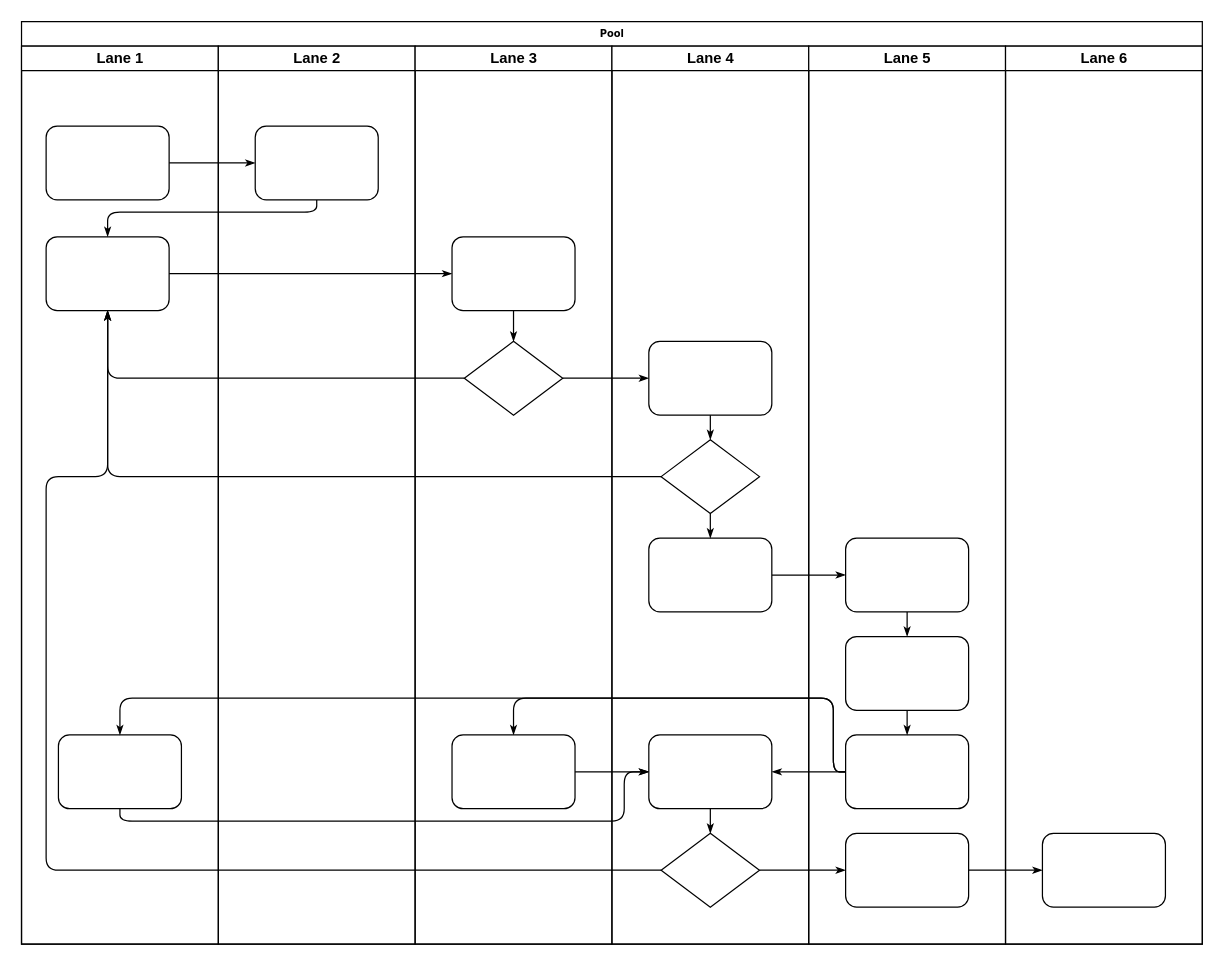
The draw.io diagram Untitled flowchart_matoa.drawio in ridhobc/nento-resolusi, before the edit. Source tidied: cells renumbered, new cells numbered last; positions are measured from the earlier drawing's top-left corner, leaving out a move shared by most shapes. Both pictures are drawn from the tidied source at 123%, with x=0, y=0 at pixel (21, 21).
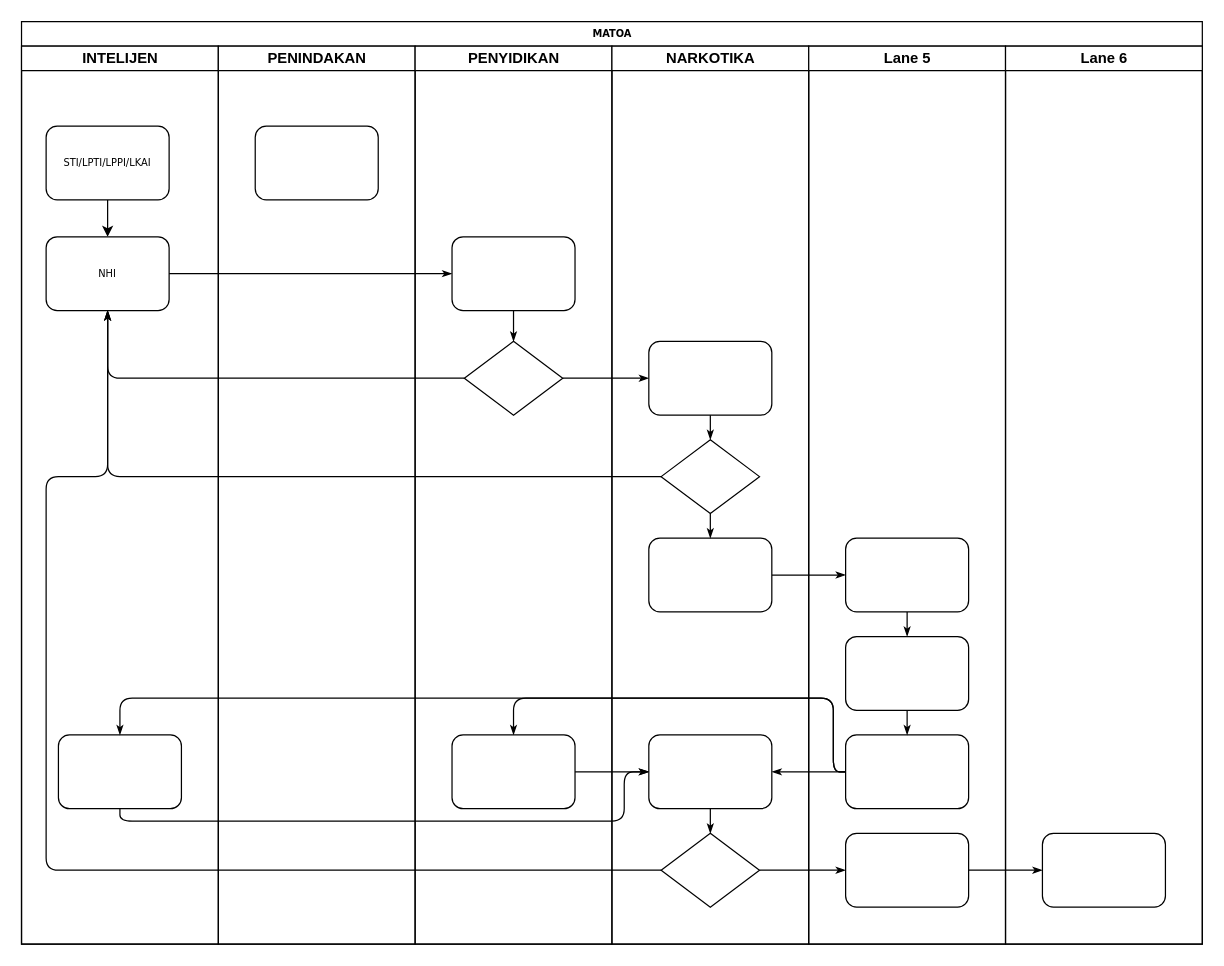
The same diagram, later.

Unchanged cells that the change refers to:
```xml
<mxCell id="23" style="rounded=1;whiteSpace=wrap;html=1;shadow=0;labelBackgroundColor=none;strokeWidth=1;fontFamily=Verdana;fontSize=8;align=center;" parent="22" vertex="1">
  <mxGeometry x="30" y="65" width="100" height="60" as="geometry" />
</mxCell>
```

The edit, as a diff of the source:
```diff
@@
-    <mxCell id="2" value="Pool" style="swimlane;html=1;startSize=20;rounded=0;shadow=0;labelBackgroundColor=none;strokeWidth=1;fontFamily=Verdana;fontSize=8;align=center;" parent="1" vertex="1">
+    <mxCell id="2" value="MATOA" style="swimlane;html=1;startSize=20;rounded=0;shadow=0;labelBackgroundColor=none;strokeWidth=1;fontFamily=Verdana;fontSize=8;align=center;" parent="1" vertex="1">
       <mxGeometry width="960" height="750" as="geometry" />
     </mxCell>
-    <mxCell id="3" value="Lane 1" style="swimlane;html=1;startSize=20;" parent="2" vertex="1">
+    <mxCell id="3" value="INTELIJEN" style="swimlane;html=1;startSize=20;" parent="2" vertex="1">
       <mxGeometry y="20" width="160" height="730" as="geometry" />
     </mxCell>
+    <mxCell id="47" style="edgeStyle=orthogonalEdgeStyle;rounded=0;jettySize=auto;html=1;exitX=0.5;exitY=1;exitDx=0;exitDy=0;entryX=0.5;entryY=0;entryDx=0;entryDy=0;" parent="3" edge="1" source="4" target="5">
+      <mxGeometry relative="1" as="geometry" />
+    </mxCell>
-    <mxCell id="4" style="rounded=1;whiteSpace=wrap;html=1;shadow=0;labelBackgroundColor=none;strokeWidth=1;fontFamily=Verdana;fontSize=8;align=center;" parent="3" vertex="1">
+    <mxCell id="4" value="STI/LPTI/LPPI/LKAI" style="rounded=1;whiteSpace=wrap;html=1;shadow=0;labelBackgroundColor=none;strokeWidth=1;fontFamily=Verdana;fontSize=8;align=center;" parent="3" vertex="1">
       <mxGeometry x="20" y="65" width="100" height="60" as="geometry" />
     </mxCell>
-    <mxCell id="5" style="rounded=1;whiteSpace=wrap;html=1;shadow=0;labelBackgroundColor=none;strokeWidth=1;fontFamily=Verdana;fontSize=8;align=center;" parent="3" vertex="1">
+    <mxCell id="5" value="NHI" style="rounded=1;whiteSpace=wrap;html=1;shadow=0;labelBackgroundColor=none;strokeWidth=1;fontFamily=Verdana;fontSize=8;align=center;" parent="3" vertex="1">
       <mxGeometry x="20" y="155" width="100" height="60" as="geometry" />
     </mxCell>
@@
-    <mxCell id="7" style="edgeStyle=orthogonalEdgeStyle;rounded=1;html=1;labelBackgroundColor=none;startArrow=none;startFill=0;startSize=5;endArrow=classicThin;endFill=1;endSize=5;jettySize=auto;strokeWidth=1;fontFamily=Verdana;fontSize=8;" parent="2" edge="1" source="4" target="23">
-      <mxGeometry relative="1" as="geometry" />
-    </mxCell>
-    <mxCell id="8" style="edgeStyle=orthogonalEdgeStyle;rounded=1;html=1;labelBackgroundColor=none;startArrow=none;startFill=0;startSize=5;endArrow=classicThin;endFill=1;endSize=5;jettySize=auto;strokeWidth=1;fontFamily=Verdana;fontSize=8;" parent="2" edge="1" source="23" target="5">
-      <mxGeometry relative="1" as="geometry">
-        <Array as="points">
-          <mxPoint x="240" y="155" />
-          <mxPoint x="70" y="155" />
-        </Array>
-      </mxGeometry>
-    </mxCell>
@@
-    <mxCell id="22" value="Lane 2" style="swimlane;html=1;startSize=20;" parent="2" vertex="1">
+    <mxCell id="22" value="PENINDAKAN" style="swimlane;html=1;startSize=20;" parent="2" vertex="1">
       <mxGeometry x="160" y="20" width="160" height="730" as="geometry" />
     </mxCell>
@@
-    <mxCell id="24" value="Lane 3" style="swimlane;html=1;startSize=20;" parent="2" vertex="1">
+    <mxCell id="24" value="PENYIDIKAN" style="swimlane;html=1;startSize=20;" parent="2" vertex="1">
       <mxGeometry x="320" y="20" width="160" height="730" as="geometry" />
     </mxCell>
@@
-    <mxCell id="29" value="Lane 4" style="swimlane;html=1;startSize=20;" parent="2" vertex="1">
+    <mxCell id="29" value="NARKOTIKA" style="swimlane;html=1;startSize=20;" parent="2" vertex="1">
       <mxGeometry x="480" y="20" width="160" height="730" as="geometry" />
     </mxCell>
```
